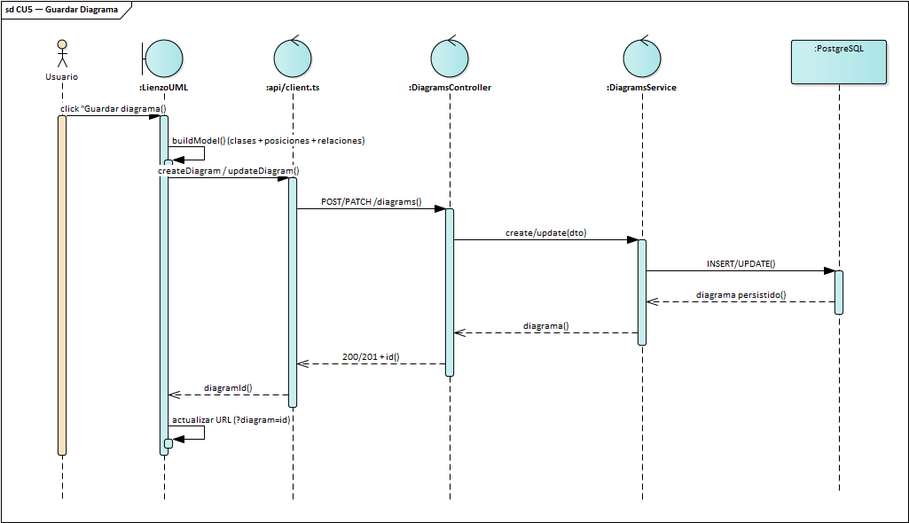
Before: docs/diagrams/ea/img/ciclo1/seq_cu5.png, a diagram exported from PlantUML (luisfernandoAngulo28/generador_diagrama_clases_uml). Its source is kept beside it as docs/diagrams/1er_parcial/seq_cu5.plantuml.
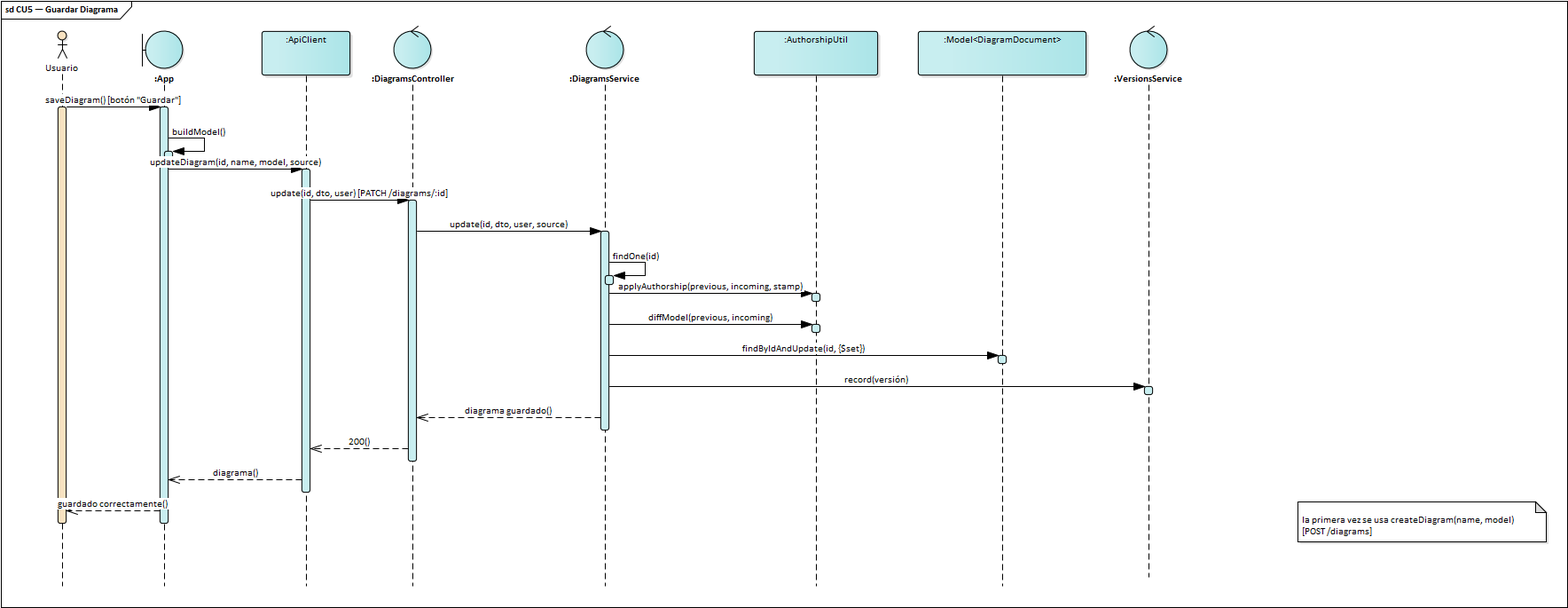
The same diagram one commit later.

The edit, as a diff of the source:
```diff
@@ -1,21 +1,27 @@
 @startuml seq_cu5
 !include ../2do_parcial/pud/_seq.iuml
-title CU5 — Guardar Diagrama\n<size:11>Diagrama de Secuencia · UML 2.5.1 · Ciclo 1 (1er Parcial)</size>
-actor "Usuario" as U
-boundary ":LienzoUML" as L
-control ":api/client.ts" as A
-control ":DiagramsController" as DC
-control ":DiagramsService" as DS
-database ":PostgreSQL" as DB
-U -> L : click "Guardar diagrama"
-L -> L : buildModel() (clases + posiciones + relaciones)
-L -> A : createDiagram / updateDiagram
-A -> DC : POST/PATCH /diagrams
-DC -> DS : create/update(dto)
-DS -> DB : INSERT/UPDATE
-DB --> DS : diagrama persistido
-DS --> DC : diagrama
-DC --> A : 200/201 + id
-A --> L : diagramId
-L -> L : actualizar URL (?diagram=id)
+title CU5 — Guardar Diagrama\n<size:11>Diagrama de Secuencia · UML 2.5.1 · Ciclo 1 · cada mensaje es una operación de la clase que lo recibe</size>
+actor Usuario as U
+boundary ":App" as A
+participant ":ApiClient" as API
+control ":DiagramsController" as C
+control ":DiagramsService" as S
+participant ":AuthorshipUtil" as AU
+participant ":Model<DiagramDocument>" as DB
+control ":VersionsService" as V
+U -> A : saveDiagram() [botón "Guardar"]
+A -> A : buildModel()
+A -> API : updateDiagram(id, name, model, source)
+API -> C : update(id, dto, user) [PATCH /diagrams/:id]
+C -> S : update(id, dto, user, source)
+S -> S : findOne(id)
+S -> AU : applyAuthorship(previous, incoming, stamp)
+S -> AU : diffModel(previous, incoming)
+S -> DB : findByIdAndUpdate(id, {$set})
+S -> V : record(versión)
+S --> C : diagrama guardado
+C --> API : 200
+API --> A : diagrama
+A --> U : "guardado correctamente"
+note over A : la primera vez se usa createDiagram(name, model) [POST /diagrams]
 @enduml
```
